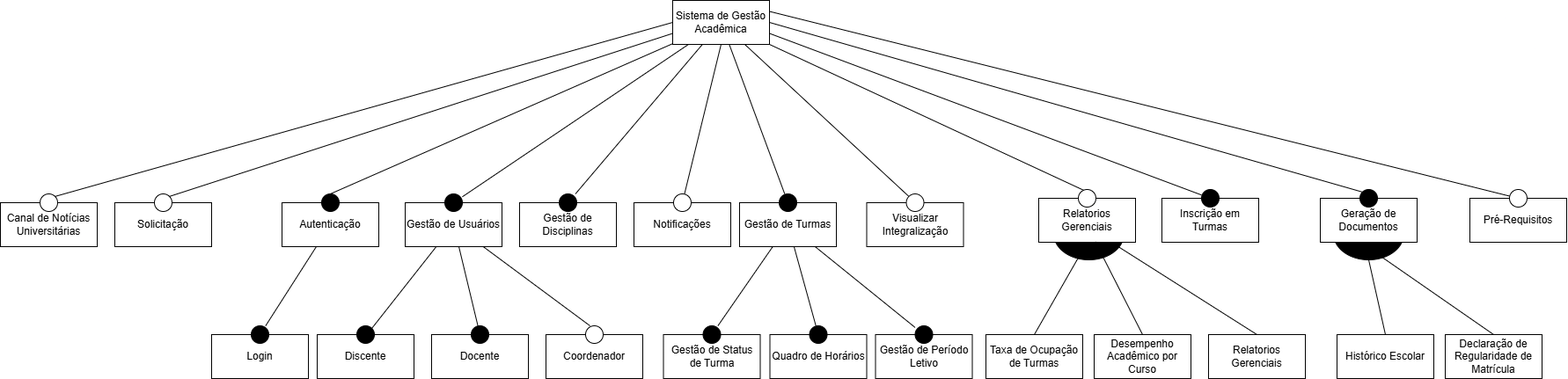
The draw.io diagram Diagramas/Padrões GOF e LPS/LPS.png in vaniacourses/trabalho-pratico-idupsf, before a commit. Source tidied: cells renumbered, new cells last; positions are measured from the earlier drawing's top-left corner, leaving out a move shared by most shapes. Its diagram source:
```xml
<mxGraphModel>
  <root>
    <mxCell id="0" />
    <mxCell id="1" parent="0" />
    <mxCell id="2" style="verticalLabelPosition=bottom;verticalAlign=top;html=1;shape=mxgraph.flowchart.on-page_reference;fillColor=light-dark(#000000,#000000);" parent="1" vertex="1">
      <mxGeometry x="1515" y="235" width="80" height="60" as="geometry" />
    </mxCell>
    <mxCell id="3" style="verticalLabelPosition=bottom;verticalAlign=top;html=1;shape=mxgraph.flowchart.on-page_reference;fillColor=light-dark(#000000,#000000);" parent="1" vertex="1">
      <mxGeometry x="1197" y="235" width="80" height="60" as="geometry" />
    </mxCell>
    <mxCell id="4" value="Sistema de Gestão Acadêmica" style="html=1;whiteSpace=wrap;rounded=0;" parent="1" vertex="1">
      <mxGeometry x="764" width="110" height="50" as="geometry" />
    </mxCell>
    <mxCell id="5" value="Autenticação" style="html=1;whiteSpace=wrap;" parent="1" vertex="1">
      <mxGeometry x="320" y="230" width="110" height="50" as="geometry" />
    </mxCell>
    <mxCell id="6" style="rounded=0;jettySize=auto;html=1;exitX=0.5;exitY=0;exitDx=0;exitDy=0;exitPerimeter=0;endArrow=none;endFill=0;" parent="1" edge="1" source="7" target="4">
      <mxGeometry relative="1" as="geometry" />
    </mxCell>
    <mxCell id="7" style="verticalLabelPosition=bottom;verticalAlign=top;html=1;shape=mxgraph.flowchart.on-page_reference;fillColor=light-dark(#000000,#000000);" parent="1" vertex="1">
      <mxGeometry x="365" y="220" width="20" height="20" as="geometry" />
    </mxCell>
    <mxCell id="8" value="Login" style="html=1;whiteSpace=wrap;" parent="1" vertex="1">
      <mxGeometry x="240" y="380" width="110" height="50" as="geometry" />
    </mxCell>
    <mxCell id="9" style="rounded=0;jettySize=auto;html=1;endArrow=none;endFill=0;" parent="1" edge="1" source="10" target="5">
      <mxGeometry relative="1" as="geometry" />
    </mxCell>
    <mxCell id="10" style="verticalLabelPosition=bottom;verticalAlign=top;html=1;shape=mxgraph.flowchart.on-page_reference;fillColor=light-dark(#000000,#000000);" parent="1" vertex="1">
      <mxGeometry x="285" y="370" width="20" height="20" as="geometry" />
    </mxCell>
    <mxCell id="11" value="Gestão de Usuários" style="html=1;whiteSpace=wrap;" parent="1" vertex="1">
      <mxGeometry x="460" y="230" width="110" height="50" as="geometry" />
    </mxCell>
    <mxCell id="12" style="rounded=0;jettySize=auto;html=1;endArrow=none;endFill=0;" parent="1" edge="1" source="13" target="4">
      <mxGeometry relative="1" as="geometry" />
    </mxCell>
    <mxCell id="13" style="verticalLabelPosition=bottom;verticalAlign=top;html=1;shape=mxgraph.flowchart.on-page_reference;fillColor=light-dark(#000000,#000000);" parent="1" vertex="1">
      <mxGeometry x="505" y="220" width="20" height="20" as="geometry" />
    </mxCell>
    <mxCell id="14" value="Docente" style="html=1;whiteSpace=wrap;" parent="1" vertex="1">
      <mxGeometry x="490" y="380" width="110" height="50" as="geometry" />
    </mxCell>
    <mxCell id="15" style="rounded=0;jettySize=auto;html=1;endArrow=none;endFill=0;" parent="1" edge="1" source="16" target="11">
      <mxGeometry relative="1" as="geometry" />
    </mxCell>
    <mxCell id="16" style="verticalLabelPosition=bottom;verticalAlign=top;html=1;shape=mxgraph.flowchart.on-page_reference;fillColor=light-dark(#000000,#000000);" parent="1" vertex="1">
      <mxGeometry x="535" y="370" width="20" height="20" as="geometry" />
    </mxCell>
    <mxCell id="17" value="Discente" style="html=1;whiteSpace=wrap;" parent="1" vertex="1">
      <mxGeometry x="360" y="380" width="110" height="50" as="geometry" />
    </mxCell>
    <mxCell id="18" style="rounded=0;jettySize=auto;html=1;endArrow=none;endFill=0;exitX=0.855;exitY=0.145;exitDx=0;exitDy=0;exitPerimeter=0;" parent="1" edge="1" source="19" target="11">
      <mxGeometry relative="1" as="geometry" />
    </mxCell>
    <mxCell id="19" style="verticalLabelPosition=bottom;verticalAlign=top;html=1;shape=mxgraph.flowchart.on-page_reference;fillColor=light-dark(#000000,#000000);" parent="1" vertex="1">
      <mxGeometry x="405" y="370" width="20" height="20" as="geometry" />
    </mxCell>
    <mxCell id="20" value="Gestão de Disciplinas" style="html=1;whiteSpace=wrap;" parent="1" vertex="1">
      <mxGeometry x="590" y="230" width="110" height="50" as="geometry" />
    </mxCell>
    <mxCell id="21" style="rounded=0;jettySize=auto;html=1;endArrow=none;endFill=0;" parent="1" edge="1" source="22" target="4">
      <mxGeometry relative="1" as="geometry" />
    </mxCell>
    <mxCell id="22" style="verticalLabelPosition=bottom;verticalAlign=top;html=1;shape=mxgraph.flowchart.on-page_reference;fillColor=light-dark(#000000,#000000);" parent="1" vertex="1">
      <mxGeometry x="635" y="220" width="20" height="20" as="geometry" />
    </mxCell>
    <mxCell id="23" value="Coordenador" style="html=1;whiteSpace=wrap;" parent="1" vertex="1">
      <mxGeometry x="620" y="380" width="110" height="50" as="geometry" />
    </mxCell>
    <mxCell id="24" style="rounded=0;jettySize=auto;html=1;endArrow=none;endFill=0;exitX=0.25;exitY=0;exitDx=0;exitDy=0;exitPerimeter=0;" parent="1" edge="1" source="25" target="11">
      <mxGeometry relative="1" as="geometry" />
    </mxCell>
    <mxCell id="25" style="verticalLabelPosition=bottom;verticalAlign=top;html=1;shape=mxgraph.flowchart.on-page_reference;fillColor=default;" parent="1" vertex="1">
      <mxGeometry x="665" y="370" width="20" height="20" as="geometry" />
    </mxCell>
    <mxCell id="26" value="Gestão de Turmas" style="html=1;whiteSpace=wrap;" parent="1" vertex="1">
      <mxGeometry x="840" y="230" width="110" height="50" as="geometry" />
    </mxCell>
    <mxCell id="27" style="rounded=0;jettySize=auto;html=1;endArrow=none;endFill=0;" parent="1" edge="1" source="28" target="4">
      <mxGeometry relative="1" as="geometry" />
    </mxCell>
    <mxCell id="28" style="verticalLabelPosition=bottom;verticalAlign=top;html=1;shape=mxgraph.flowchart.on-page_reference;fillColor=light-dark(#000000,#000000);" parent="1" vertex="1">
      <mxGeometry x="885" y="220" width="20" height="20" as="geometry" />
    </mxCell>
    <mxCell id="29" value="Gestão de Status de Turma" style="html=1;whiteSpace=wrap;" parent="1" vertex="1">
      <mxGeometry x="753.5" y="380" width="110" height="50" as="geometry" />
    </mxCell>
    <mxCell id="30" style="rounded=0;jettySize=auto;html=1;endArrow=none;endFill=0;" parent="1" edge="1" source="31" target="26">
      <mxGeometry relative="1" as="geometry" />
    </mxCell>
    <mxCell id="31" style="verticalLabelPosition=bottom;verticalAlign=top;html=1;shape=mxgraph.flowchart.on-page_reference;fillColor=light-dark(#000000,#000000);" parent="1" vertex="1">
      <mxGeometry x="798.5" y="370" width="20" height="20" as="geometry" />
    </mxCell>
    <mxCell id="32" value="Inscrição em Turmas" style="html=1;whiteSpace=wrap;" parent="1" vertex="1">
      <mxGeometry x="1320" y="225" width="110" height="50" as="geometry" />
    </mxCell>
    <mxCell id="33" style="rounded=0;jettySize=auto;html=1;endArrow=none;endFill=0;" parent="1" edge="1" source="39" target="26">
      <mxGeometry relative="1" as="geometry" />
    </mxCell>
    <mxCell id="34" style="rounded=0;jettySize=auto;html=1;endArrow=none;endFill=0;entryX=1;entryY=0.75;entryDx=0;entryDy=0;" parent="1" edge="1" source="40" target="4">
      <mxGeometry relative="1" as="geometry" />
    </mxCell>
    <mxCell id="35" value="Gestão de Período Letivo" style="html=1;whiteSpace=wrap;" parent="1" vertex="1">
      <mxGeometry x="994.5" y="380" width="110" height="50" as="geometry" />
    </mxCell>
    <mxCell id="36" style="rounded=0;jettySize=auto;html=1;endArrow=none;endFill=0;" parent="1" edge="1" source="37" target="26">
      <mxGeometry relative="1" as="geometry" />
    </mxCell>
    <mxCell id="37" style="verticalLabelPosition=bottom;verticalAlign=top;html=1;shape=mxgraph.flowchart.on-page_reference;fillColor=light-dark(#000000,#000000);" parent="1" vertex="1">
      <mxGeometry x="1039.5" y="370" width="20" height="20" as="geometry" />
    </mxCell>
    <mxCell id="38" value="Quadro de Horários" style="html=1;whiteSpace=wrap;" parent="1" vertex="1">
      <mxGeometry x="874.5" y="380" width="110" height="50" as="geometry" />
    </mxCell>
    <mxCell id="39" style="verticalLabelPosition=bottom;verticalAlign=top;html=1;shape=mxgraph.flowchart.on-page_reference;fillColor=light-dark(#000000,#000000);" parent="1" vertex="1">
      <mxGeometry x="919.5" y="370" width="20" height="20" as="geometry" />
    </mxCell>
    <mxCell id="40" style="verticalLabelPosition=bottom;verticalAlign=top;html=1;shape=mxgraph.flowchart.on-page_reference;fillColor=light-dark(#000000,#000000);" parent="1" vertex="1">
      <mxGeometry x="1365" y="215" width="20" height="20" as="geometry" />
    </mxCell>
    <mxCell id="41" value="Visualizar Integralização" style="html=1;whiteSpace=wrap;" parent="1" vertex="1">
      <mxGeometry x="984.5" y="230" width="110" height="50" as="geometry" />
    </mxCell>
    <mxCell id="42" style="rounded=0;jettySize=auto;html=1;endArrow=none;endFill=0;exitX=0.145;exitY=0.145;exitDx=0;exitDy=0;exitPerimeter=0;" parent="1" edge="1" source="43" target="4">
      <mxGeometry relative="1" as="geometry" />
    </mxCell>
    <mxCell id="43" style="verticalLabelPosition=bottom;verticalAlign=top;html=1;shape=mxgraph.flowchart.on-page_reference;" parent="1" vertex="1">
      <mxGeometry x="1029.5" y="220" width="20" height="20" as="geometry" />
    </mxCell>
    <mxCell id="44" value="&lt;span style=&quot;font-weight: normal;&quot;&gt;Pré-Requisitos&lt;/span&gt;" style="html=1;whiteSpace=wrap;fontStyle=1;" parent="1" vertex="1">
      <mxGeometry x="1670" y="225" width="110" height="50" as="geometry" />
    </mxCell>
    <mxCell id="45" value="Relatorios Gerenciais" style="html=1;whiteSpace=wrap;" parent="1" vertex="1">
      <mxGeometry x="1180" y="225" width="110" height="50" as="geometry" />
    </mxCell>
    <mxCell id="46" style="rounded=0;jettySize=auto;html=1;entryX=1;entryY=1;entryDx=0;entryDy=0;endArrow=none;endFill=0;" parent="1" edge="1" target="4">
      <mxGeometry relative="1" as="geometry">
        <mxPoint x="1240" y="220" as="sourcePoint" />
      </mxGeometry>
    </mxCell>
    <mxCell id="47" style="rounded=0;jettySize=auto;html=1;endArrow=none;endFill=0;entryX=1;entryY=0.25;entryDx=0;entryDy=0;" parent="1" edge="1" source="49" target="4">
      <mxGeometry relative="1" as="geometry" />
    </mxCell>
    <mxCell id="48" style="verticalLabelPosition=bottom;verticalAlign=top;html=1;shape=mxgraph.flowchart.on-page_reference;" parent="1" vertex="1">
      <mxGeometry x="1225" y="215" width="20" height="20" as="geometry" />
    </mxCell>
    <mxCell id="49" style="verticalLabelPosition=bottom;verticalAlign=top;html=1;shape=mxgraph.flowchart.on-page_reference;fillColor=light-dark(#FFFFFF,#000000);fontStyle=1;" parent="1" vertex="1">
      <mxGeometry x="1715" y="215" width="20" height="20" as="geometry" />
    </mxCell>
    <mxCell id="50" style="rounded=0;jettySize=auto;html=1;endArrow=none;endFill=0;" parent="1" edge="1" target="4">
      <mxGeometry relative="1" as="geometry" />
    </mxCell>
    <mxCell id="51" value="Taxa de Ocupação de Turmas" style="html=1;whiteSpace=wrap;" parent="1" vertex="1">
      <mxGeometry x="1120" y="380" width="110" height="50" as="geometry" />
    </mxCell>
    <mxCell id="52" style="rounded=0;jettySize=auto;html=1;exitX=0.5;exitY=0;exitDx=0;exitDy=0;entryX=0.5;entryY=1;entryDx=0;entryDy=0;endArrow=none;endFill=0;" parent="1" edge="1" source="51" target="45">
      <mxGeometry relative="1" as="geometry" />
    </mxCell>
    <mxCell id="53" value="Desempenho Acadêmico por Curso" style="html=1;whiteSpace=wrap;" parent="1" vertex="1">
      <mxGeometry x="1243" y="380" width="110" height="50" as="geometry" />
    </mxCell>
    <mxCell id="54" value="Relatorios Gerenciais" style="html=1;whiteSpace=wrap;" parent="1" vertex="1">
      <mxGeometry x="1373" y="380" width="110" height="50" as="geometry" />
    </mxCell>
    <mxCell id="55" value="Notificações" style="html=1;whiteSpace=wrap;" parent="1" vertex="1">
      <mxGeometry x="720" y="230" width="110" height="50" as="geometry" />
    </mxCell>
    <mxCell id="56" style="rounded=0;jettySize=auto;html=1;entryX=0.5;entryY=1;entryDx=0;entryDy=0;endArrow=none;endFill=0;" parent="1" edge="1" source="57" target="4">
      <mxGeometry relative="1" as="geometry" />
    </mxCell>
    <mxCell id="57" style="verticalLabelPosition=bottom;verticalAlign=top;html=1;shape=mxgraph.flowchart.on-page_reference;" parent="1" vertex="1">
      <mxGeometry x="765" y="220" width="20" height="20" as="geometry" />
    </mxCell>
    <mxCell id="58" style="rounded=0;jettySize=auto;html=1;exitX=0.5;exitY=0;exitDx=0;exitDy=0;entryX=0.75;entryY=1;entryDx=0;entryDy=0;endArrow=none;endFill=0;" parent="1" edge="1" source="54" target="45">
      <mxGeometry relative="1" as="geometry" />
    </mxCell>
    <mxCell id="59" value="Solicitação" style="html=1;whiteSpace=wrap;" parent="1" vertex="1">
      <mxGeometry x="130" y="230" width="110" height="50" as="geometry" />
    </mxCell>
    <mxCell id="60" style="rounded=0;jettySize=auto;html=1;exitX=0.855;exitY=0.145;exitDx=0;exitDy=0;exitPerimeter=0;entryX=0;entryY=0.75;entryDx=0;entryDy=0;startArrow=none;startFill=0;endArrow=none;endFill=0;" parent="1" edge="1" source="61" target="4">
      <mxGeometry relative="1" as="geometry" />
    </mxCell>
    <mxCell id="61" style="verticalLabelPosition=bottom;verticalAlign=top;html=1;shape=mxgraph.flowchart.on-page_reference;fillColor=light-dark(#FFFFFF,#000000);" parent="1" vertex="1">
      <mxGeometry x="175" y="220" width="20" height="20" as="geometry" />
    </mxCell>
    <mxCell id="62" value="Canal de Notícias Universitárias" style="html=1;whiteSpace=wrap;" parent="1" vertex="1">
      <mxGeometry y="230" width="110" height="50" as="geometry" />
    </mxCell>
    <mxCell id="63" style="rounded=0;jettySize=auto;html=1;exitX=0.855;exitY=0.145;exitDx=0;exitDy=0;exitPerimeter=0;entryX=0;entryY=0.5;entryDx=0;entryDy=0;endArrow=none;endFill=0;" parent="1" edge="1" source="64" target="4">
      <mxGeometry relative="1" as="geometry" />
    </mxCell>
    <mxCell id="64" style="verticalLabelPosition=bottom;verticalAlign=top;html=1;shape=mxgraph.flowchart.on-page_reference;fillColor=light-dark(#FFFFFF,#000000);" parent="1" vertex="1">
      <mxGeometry x="45" y="220" width="20" height="20" as="geometry" />
    </mxCell>
    <mxCell id="65" style="rounded=0;jettySize=auto;html=1;exitX=0.5;exitY=0;exitDx=0;exitDy=0;entryX=0.584;entryY=0.988;entryDx=0;entryDy=0;entryPerimeter=0;endArrow=none;endFill=0;" parent="1" edge="1" source="53" target="45">
      <mxGeometry relative="1" as="geometry" />
    </mxCell>
    <mxCell id="66" value="Geração de Documentos" style="html=1;whiteSpace=wrap;" parent="1" vertex="1">
      <mxGeometry x="1500" y="225" width="110" height="50" as="geometry" />
    </mxCell>
    <mxCell id="67" style="rounded=0;jettySize=auto;html=1;exitX=0.145;exitY=0.145;exitDx=0;exitDy=0;exitPerimeter=0;entryX=1;entryY=0.5;entryDx=0;entryDy=0;endArrow=none;endFill=0;" parent="1" edge="1" target="4">
      <mxGeometry relative="1" as="geometry">
        <mxPoint x="1547.9" y="217.9" as="sourcePoint" />
      </mxGeometry>
    </mxCell>
    <mxCell id="68" value="Histórico Escolar" style="html=1;whiteSpace=wrap;" parent="1" vertex="1">
      <mxGeometry x="1519" y="380" width="110" height="50" as="geometry" />
    </mxCell>
    <mxCell id="69" value="Declaração de Regularidade de Matrícula" style="html=1;whiteSpace=wrap;" parent="1" vertex="1">
      <mxGeometry x="1642" y="380" width="110" height="50" as="geometry" />
    </mxCell>
    <mxCell id="70" style="rounded=0;jettySize=auto;html=1;exitX=0.5;exitY=0;exitDx=0;exitDy=0;entryX=0.5;entryY=1;entryDx=0;entryDy=0;entryPerimeter=0;endArrow=none;endFill=0;" parent="1" edge="1" source="68" target="2">
      <mxGeometry relative="1" as="geometry" />
    </mxCell>
    <mxCell id="71" style="rounded=0;jettySize=auto;html=1;exitX=0.5;exitY=0;exitDx=0;exitDy=0;entryX=0.65;entryY=0.913;entryDx=0;entryDy=0;entryPerimeter=0;endArrow=none;endFill=0;" parent="1" edge="1" source="69" target="2">
      <mxGeometry relative="1" as="geometry" />
    </mxCell>
    <mxCell id="72" style="verticalLabelPosition=bottom;verticalAlign=top;html=1;shape=mxgraph.flowchart.on-page_reference;fillColor=light-dark(#000000,#000000);" parent="1" vertex="1">
      <mxGeometry x="1545" y="215" width="20" height="20" as="geometry" />
    </mxCell>
  </root>
</mxGraphModel>
```
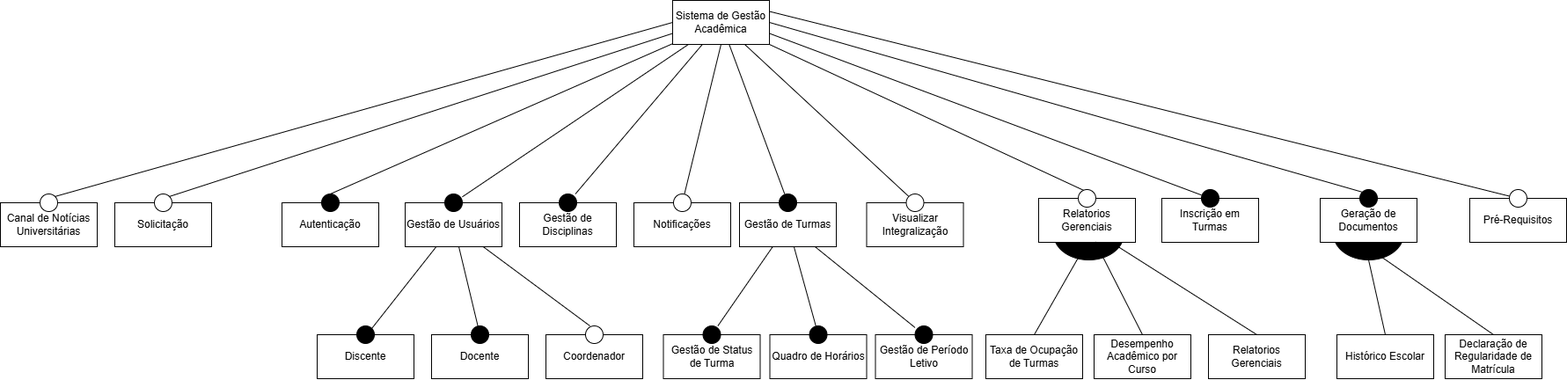
Above is the later version.

Commit message:
LPS corrigido

What changed in the source:
```diff
@@ -20,15 +20,6 @@
     <mxCell id="7" style="verticalLabelPosition=bottom;verticalAlign=top;html=1;shape=mxgraph.flowchart.on-page_reference;fillColor=light-dark(#000000,#000000);" parent="1" vertex="1">
       <mxGeometry x="365" y="220" width="20" height="20" as="geometry" />
     </mxCell>
-    <mxCell id="8" value="Login" style="html=1;whiteSpace=wrap;" parent="1" vertex="1">
-      <mxGeometry x="240" y="380" width="110" height="50" as="geometry" />
-    </mxCell>
-    <mxCell id="9" style="rounded=0;jettySize=auto;html=1;endArrow=none;endFill=0;" parent="1" edge="1" source="10" target="5">
-      <mxGeometry relative="1" as="geometry" />
-    </mxCell>
-    <mxCell id="10" style="verticalLabelPosition=bottom;verticalAlign=top;html=1;shape=mxgraph.flowchart.on-page_reference;fillColor=light-dark(#000000,#000000);" parent="1" vertex="1">
-      <mxGeometry x="285" y="370" width="20" height="20" as="geometry" />
-    </mxCell>
     <mxCell id="11" value="Gestão de Usuários" style="html=1;whiteSpace=wrap;" parent="1" vertex="1">
       <mxGeometry x="460" y="230" width="110" height="50" as="geometry" />
     </mxCell>
```
